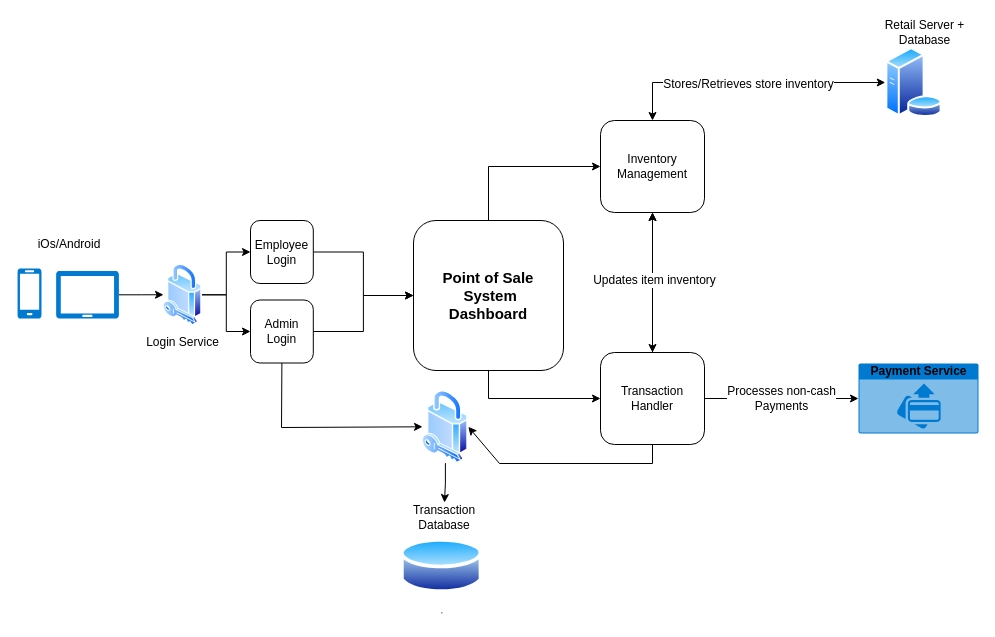
Earlier version of the draw.io diagram SWA.drawio (jalofra/CS250-Fall24-Group01). Source tidied: cells renumbered, new cells numbered last; positions are measured from the earlier drawing's top-left corner, leaving out a move shared by most shapes. Both pictures are drawn from the tidied source at 100%, with x=0, y=0 at pixel (17, 17).
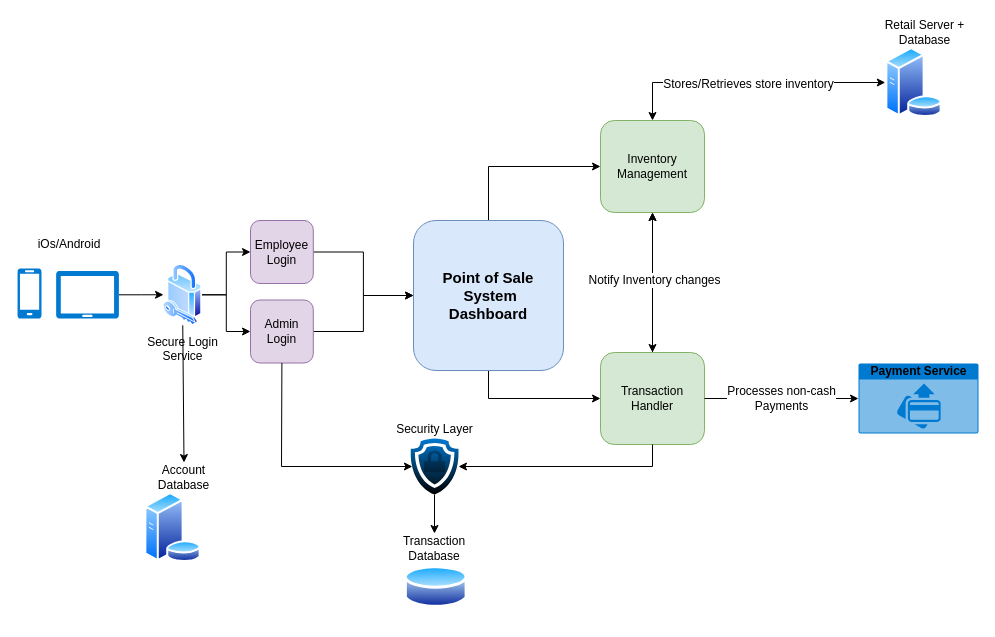
The same diagram, later.

Unchanged cells that the change refers to:
```xml
<mxCell id="11" style="edgeStyle=orthogonalEdgeStyle;rounded=0;jettySize=auto;html=1;fontFamily=Helvetica;fontSize=12;fontColor=default;" parent="1" edge="1" source="13" target="6">
  <mxGeometry relative="1" as="geometry" />
</mxCell>
```

Diff of the diagram source:
```diff
@@
-    <mxCell id="4" value="&lt;div&gt;&lt;font style=&quot;font-size: 15px;&quot;&gt;&lt;b&gt;Point of Sale&lt;/b&gt;&lt;/font&gt;&lt;/div&gt;&lt;div&gt;&lt;font style=&quot;font-size: 15px;&quot;&gt;&lt;b&gt;&amp;nbsp;System&lt;br&gt;Dashboard&lt;br&gt;&lt;/b&gt;&lt;/font&gt;&lt;/div&gt;" style="rounded=1;whiteSpace=wrap;html=1;shadow=0;glass=0;gradientColor=none;" parent="1" vertex="1">
+    <mxCell id="4" value="&lt;div&gt;&lt;font style=&quot;font-size: 15px;&quot;&gt;&lt;b&gt;Point of Sale&lt;/b&gt;&lt;/font&gt;&lt;/div&gt;&lt;div&gt;&lt;font style=&quot;font-size: 15px;&quot;&gt;&lt;b&gt;&amp;nbsp;System&lt;br&gt;Dashboard&lt;br&gt;&lt;/b&gt;&lt;/font&gt;&lt;/div&gt;" style="rounded=1;whiteSpace=wrap;html=1;shadow=0;glass=0;fillColor=#dae8fc;strokeColor=#6c8ebf;" parent="1" vertex="1">
       <mxGeometry x="396" y="203" width="150" height="150" as="geometry" />
     </mxCell>
@@
-    <mxCell id="6" value="Inventory Management" style="rounded=1;whiteSpace=wrap;html=1;" parent="1" vertex="1">
+    <mxCell id="6" value="Inventory Management" style="rounded=1;whiteSpace=wrap;html=1;fillColor=#d5e8d4;strokeColor=#82b366;" parent="1" vertex="1">
       <mxGeometry x="583" y="103" width="104" height="92" as="geometry" />
     </mxCell>
@@
-    <mxCell id="12" value="Updates item inventory" style="edgeLabel;html=1;align=center;verticalAlign=middle;fontFamily=Helvetica;fontSize=12;fontColor=default;fillColor=#0079D1;gradientColor=none;" parent="11" vertex="1">
+    <mxCell id="12" value="Notify Inventory changes" style="edgeLabel;html=1;align=center;verticalAlign=middle;fontFamily=Helvetica;fontSize=12;fontColor=default;fillColor=#0079D1;gradientColor=none;" parent="11" vertex="1">
       <mxGeometry x="0.04" y="-1" relative="1" as="geometry" />
     </mxCell>
-    <mxCell id="13" value="Transaction Handler" style="rounded=1;whiteSpace=wrap;html=1;" parent="1" vertex="1">
+    <mxCell id="13" value="Transaction Handler" style="rounded=1;whiteSpace=wrap;html=1;fillColor=#d5e8d4;strokeColor=#82b366;" parent="1" vertex="1">
       <mxGeometry x="583" y="335" width="104" height="92" as="geometry" />
     </mxCell>
@@
-    <mxCell id="25" value="&lt;div&gt;Login Service&lt;/div&gt;&lt;div&gt;&lt;br&gt;&lt;/div&gt;" style="image;perimeter=ellipsePerimeter;html=1;align=center;shadow=0;dashed=0;spacingTop=3;image=img/lib/active_directory/security.svg;verticalAlign=top;fontFamily=Helvetica;fontSize=12;fontColor=default;fillColor=#0079D1;gradientColor=none;" parent="1" vertex="1">
+    <mxCell id="25" value="&lt;div&gt;Secure Login&lt;br&gt; Service&lt;/div&gt;&lt;div&gt;&lt;br&gt;&lt;/div&gt;" style="image;perimeter=ellipsePerimeter;html=1;align=center;shadow=0;dashed=0;spacingTop=3;image=img/lib/active_directory/security.svg;verticalAlign=top;fontFamily=Helvetica;fontSize=12;fontColor=default;fillColor=#0079D1;gradientColor=none;" parent="1" vertex="1">
       <mxGeometry x="146" y="246.7" width="38.5" height="61.1" as="geometry" />
     </mxCell>
@@
-    <mxCell id="27" value="Admin&lt;br&gt;&lt;div&gt;Login&lt;/div&gt;" style="rounded=1;whiteSpace=wrap;html=1;" parent="1" vertex="1">
+    <mxCell id="27" value="Admin&lt;br&gt;&lt;div&gt;Login&lt;/div&gt;" style="rounded=1;whiteSpace=wrap;html=1;fillColor=#e1d5e7;strokeColor=#9673a6;" parent="1" vertex="1">
       <mxGeometry x="233" y="282.5" width="62.8" height="63" as="geometry" />
     </mxCell>
@@
-    <mxCell id="29" value="Employee&lt;br&gt;&lt;div&gt;Login&lt;/div&gt;" style="rounded=1;whiteSpace=wrap;html=1;" parent="1" vertex="1">
+    <mxCell id="29" value="Employee&lt;br&gt;&lt;div&gt;Login&lt;/div&gt;" style="rounded=1;whiteSpace=wrap;html=1;fillColor=#e1d5e7;strokeColor=#9673a6;" parent="1" vertex="1">
       <mxGeometry x="233" y="203" width="62.8" height="63" as="geometry" />
     </mxCell>
-    <mxCell id="30" style="group;" parent="1" vertex="1">
-      <mxGeometry x="383" y="485" width="82.4" height="94" as="geometry" />
-    </mxCell>
-    <mxCell id="31" value="&lt;hr&gt;" style="image;perimeter=ellipsePerimeter;html=1;align=center;shadow=0;dashed=0;spacingTop=3;image=img/lib/active_directory/database.svg;imageBorder=none;imageBackground=default;" parent="30" vertex="1">
-      <mxGeometry y="33" width="82.4" height="61" as="geometry" />
-    </mxCell>
+    <mxCell id="35" style="endArrow=classic;html=1;rounded=0;fontFamily=Helvetica;fontSize=12;fontColor=default;entryX=0.04;entryY=0.5;entryDx=0;entryDy=0;exitX=0.5;exitY=1;exitDx=0;exitDy=0;entryPerimeter=0;" parent="1" edge="1" source="27" target="38">
+      <mxGeometry relative="1" as="geometry">
+        <Array as="points">
+          <mxPoint x="264" y="449" />
+        </Array>
+      </mxGeometry>
+    </mxCell>
+    <mxCell id="37" style="edgeStyle=orthogonalEdgeStyle;rounded=0;jettySize=auto;html=1;fontFamily=Helvetica;fontSize=12;fontColor=default;" parent="1" edge="1" source="38" target="32">
+      <mxGeometry relative="1" as="geometry" />
+    </mxCell>
+    <mxCell id="38" style="outlineConnect=0;dashed=0;verticalLabelPosition=bottom;verticalAlign=top;align=center;html=1;shape=mxgraph.aws3.ssl_padlock;fillColor=#0079D1;gradientColor=default;fontFamily=Helvetica;fontSize=12;fontColor=default;" parent="1" vertex="1">
+      <mxGeometry x="393" y="421" width="48" height="56" as="geometry" />
+    </mxCell>
+    <mxCell id="39" style="endArrow=classic;html=1;rounded=0;fontFamily=Helvetica;fontSize=12;fontColor=default;exitX=0.5;exitY=1;exitDx=0;exitDy=0;" parent="1" edge="1" source="13" target="38">
+      <mxGeometry relative="1" as="geometry">
+        <Array as="points">
+          <mxPoint x="635" y="449" />
+        </Array>
+      </mxGeometry>
+    </mxCell>
+    <mxCell id="40" value="Security Layer" style="text;whiteSpace=wrap;html=1;fontFamily=Helvetica;fontSize=12;fontColor=default;align=center;" parent="1" vertex="1">
+      <mxGeometry x="365.6" y="398" width="102.8" height="41" as="geometry" />
+    </mxCell>
+    <mxCell id="41" style="group;" parent="1" vertex="1">
+      <mxGeometry x="387" y="516" width="63.5" height="77" as="geometry" />
+    </mxCell>
-    <mxCell id="32" value="Transaction&lt;br&gt;Database" style="text;html=1;align=center;verticalAlign=middle;whiteSpace=wrap;rounded=0;" parent="30" vertex="1">
-      <mxGeometry x="14" width="60" height="30" as="geometry" />
+    <mxCell id="32" value="Transaction&lt;br&gt;Database" style="text;html=1;align=center;verticalAlign=middle;whiteSpace=wrap;rounded=0;" parent="41" vertex="1">
+      <mxGeometry width="60" height="30" as="geometry" />
     </mxCell>
-    <mxCell id="33" style="edgeStyle=orthogonalEdgeStyle;rounded=0;jettySize=auto;html=1;fontFamily=Helvetica;fontSize=12;fontColor=default;" parent="1" edge="1" source="34" target="32">
-      <mxGeometry relative="1" as="geometry" />
-    </mxCell>
-    <mxCell id="34" style="image;perimeter=ellipsePerimeter;html=1;align=center;shadow=0;dashed=0;spacingTop=3;image=img/lib/active_directory/security.svg;verticalAlign=top;fontFamily=Helvetica;fontSize=12;fontColor=default;fillColor=#0079D1;gradientColor=none;" parent="1" vertex="1">
-      <mxGeometry x="405" y="373" width="45.8" height="72.6" as="geometry" />
-    </mxCell>
-    <mxCell id="35" style="endArrow=classic;html=1;rounded=0;fontFamily=Helvetica;fontSize=12;fontColor=default;entryX=0;entryY=0.5;entryDx=0;entryDy=0;exitX=0.5;exitY=1;exitDx=0;exitDy=0;" parent="1" edge="1" source="27" target="34">
-      <mxGeometry relative="1" as="geometry">
-        <Array as="points">
-          <mxPoint x="264" y="410" />
-        </Array>
-      </mxGeometry>
-    </mxCell>
-    <mxCell id="36" style="endArrow=classic;html=1;rounded=0;fontFamily=Helvetica;fontSize=12;fontColor=default;entryX=1;entryY=0.5;entryDx=0;entryDy=0;exitX=0.5;exitY=1;exitDx=0;exitDy=0;" parent="1" edge="1" source="13" target="34">
-      <mxGeometry relative="1" as="geometry">
-        <Array as="points">
-          <mxPoint x="635" y="446" />
-          <mxPoint x="482" y="446" />
-        </Array>
-      </mxGeometry>
-    </mxCell>
+    <mxCell id="42" style="image;perimeter=ellipsePerimeter;html=1;align=center;shadow=0;dashed=0;spacingTop=3;image=img/lib/active_directory/database.svg;verticalAlign=top;fontFamily=Helvetica;fontSize=12;fontColor=default;fillColor=#0079D1;gradientColor=none;" parent="41" vertex="1">
+      <mxGeometry y="30" width="63.5" height="47" as="geometry" />
+    </mxCell>
+    <mxCell id="43" style="group;" parent="1" vertex="1">
+      <mxGeometry x="120" y="445" width="93" height="100" as="geometry" />
+    </mxCell>
+    <mxCell id="44" style="image;perimeter=ellipsePerimeter;html=1;align=center;shadow=0;dashed=0;spacingTop=3;image=img/lib/active_directory/database_server.svg;verticalAlign=top;fontFamily=Helvetica;fontSize=12;fontColor=default;fillColor=#0079D1;gradientColor=none;" parent="43" vertex="1">
+      <mxGeometry x="6.8" y="30" width="57.4" height="70" as="geometry" />
+    </mxCell>
+    <mxCell id="45" value="Account Database" style="text;html=1;align=center;verticalAlign=middle;whiteSpace=wrap;rounded=0;" parent="43" vertex="1">
+      <mxGeometry width="93" height="30" as="geometry" />
+    </mxCell>
+    <mxCell id="46" style="endArrow=classic;html=1;rounded=0;fontFamily=Helvetica;fontSize=12;fontColor=default;entryX=0.5;entryY=0;entryDx=0;entryDy=0;exitX=0.5;exitY=1;exitDx=0;exitDy=0;" parent="1" edge="1" source="25" target="45">
+      <mxGeometry relative="1" as="geometry" />
+    </mxCell>
```
